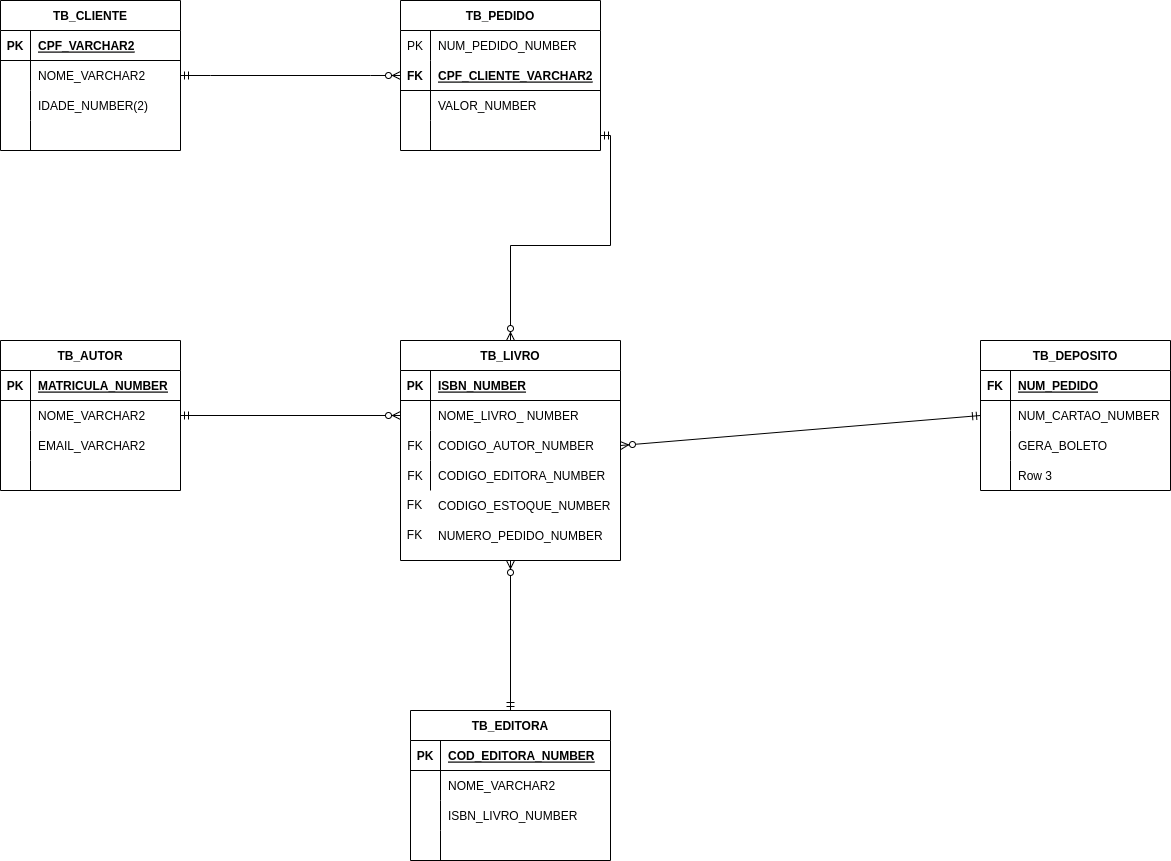
Before: Banco_de_Dados/Diagrama sem nome.drawio.png, a diagram exported from draw.io (EdinilsonSousa/cods_aleatorios). Source tidied: cells renumbered, new cells last; positions are measured from the earlier drawing's top-left corner, leaving out a move shared by most shapes.
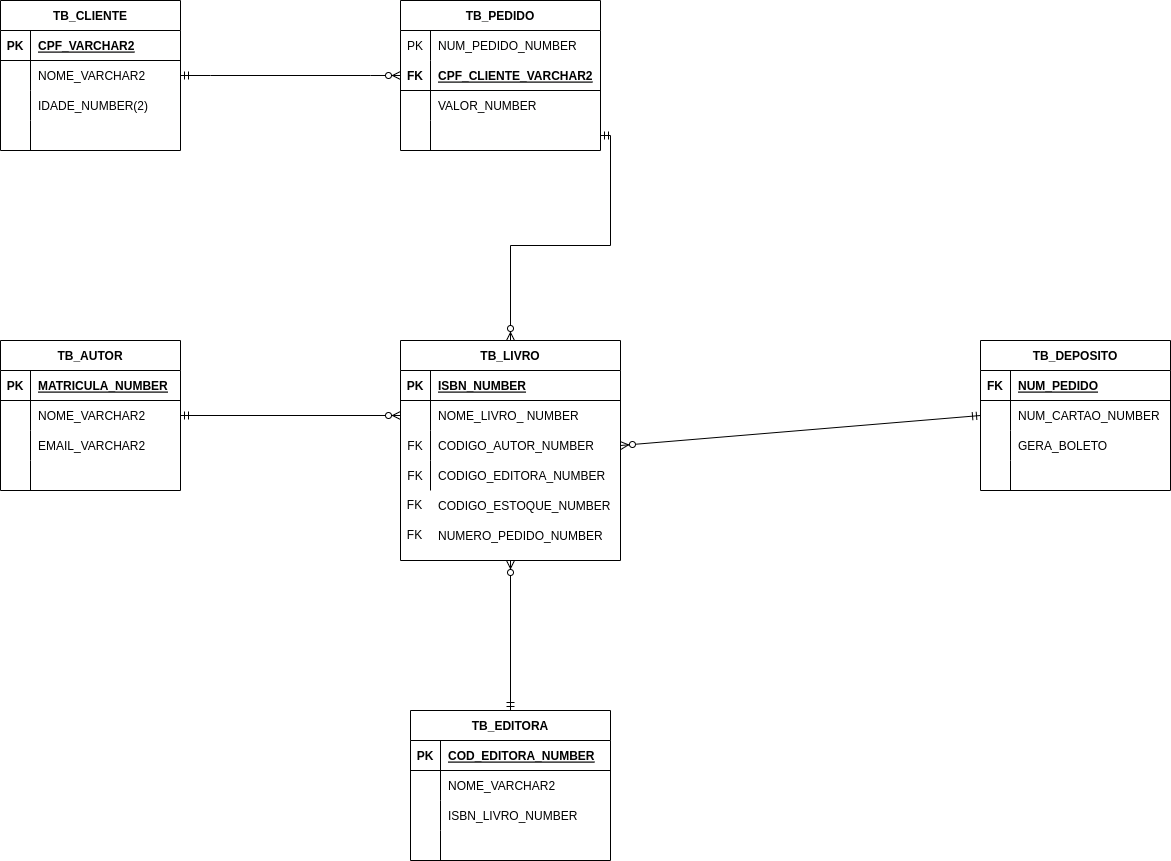
The same diagram one commit later.

Diff of the diagram source:
```diff
@@ -194,7 +194,7 @@
     <mxCell id="65" style="shape=partialRectangle;fillColor=none;top=0;left=0;bottom=0;right=0;overflow=hidden;" parent="64" vertex="1">
       <mxGeometry width="30" height="30" as="geometry" />
     </mxCell>
-    <mxCell id="66" value="Row 3" style="shape=partialRectangle;fillColor=none;top=0;left=0;bottom=0;right=0;align=left;spacingLeft=6;overflow=hidden;" parent="64" vertex="1">
+    <mxCell id="66" style="shape=partialRectangle;fillColor=none;top=0;left=0;bottom=0;right=0;align=left;spacingLeft=6;overflow=hidden;" parent="64" vertex="1">
       <mxGeometry x="30" width="160" height="30" as="geometry" />
     </mxCell>
     <mxCell id="67" value="TB_AUTOR" style="shape=table;startSize=30;rowLines=0;fontStyle=1;align=center;" parent="1" vertex="1">
```
